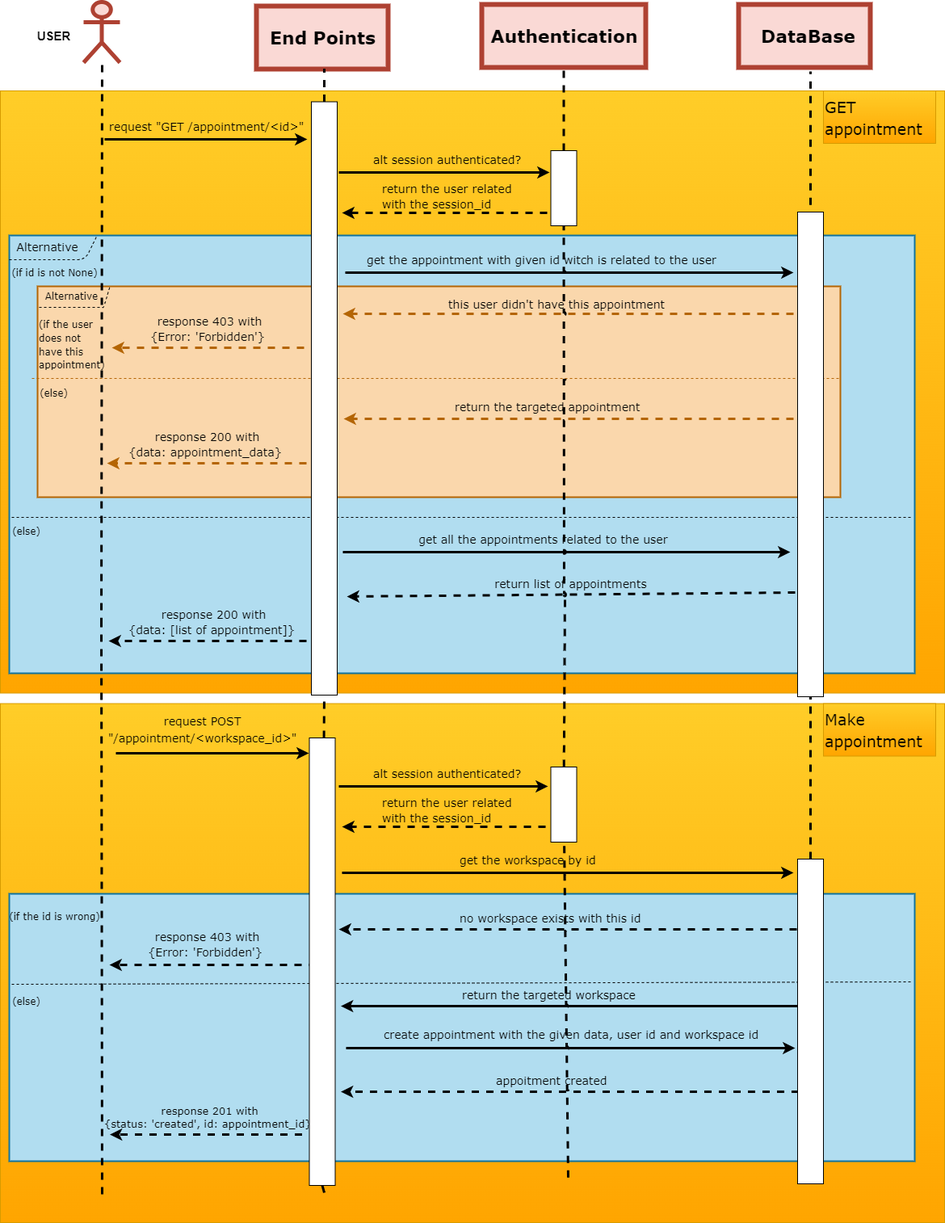
Before: UML/sequence_diagram/Make_Get_appointment.png, a diagram exported from draw.io (Kolapo-code/Booker). Source tidied: cells renumbered, new cells last; positions are measured from the earlier drawing's top-left corner, leaving out a move shared by most shapes.
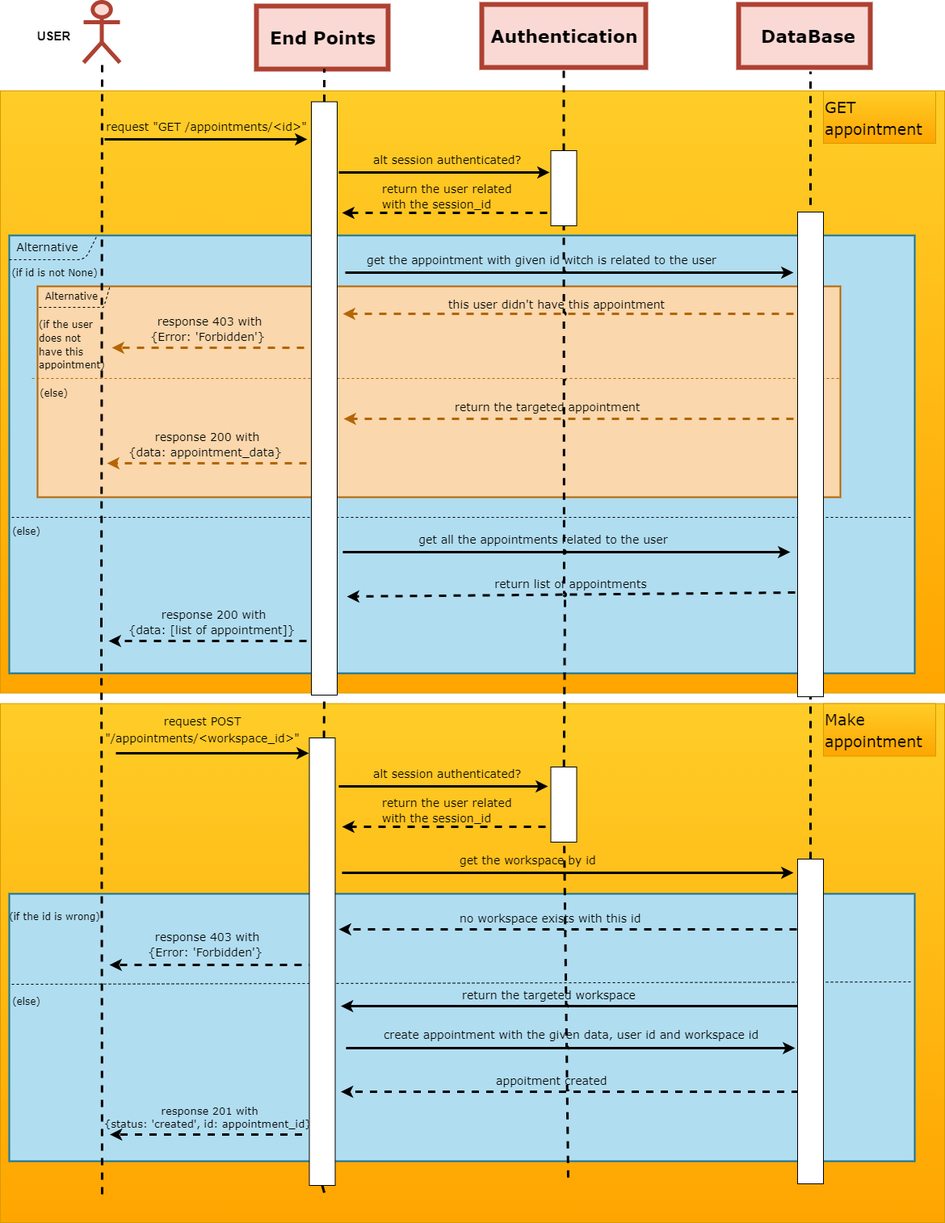
Later version of the same file.

Change to the diagram source:
```diff
@@ -67,8 +67,8 @@
         <mxPoint x="380" y="170" as="targetPoint" />
       </mxGeometry>
     </mxCell>
-    <mxCell id="20" value="&lt;font style=&quot;font-size: 14px;&quot;&gt;request &quot;GET /appointment/&amp;lt;id&amp;gt;&quot;&lt;/font&gt;" style="text;html=1;align=center;verticalAlign=middle;strokeColor=none;fillColor=none;fontSize=22;fontColor=#000000;fontFamily=Verdana;" parent="1" vertex="1">
-      <mxGeometry x="125" y="133" width="259" height="38" as="geometry" />
+    <mxCell id="20" value="&lt;font style=&quot;font-size: 14px;&quot;&gt;request &quot;GET /appointments/&amp;lt;id&amp;gt;&quot;&lt;/font&gt;" style="text;html=1;align=center;verticalAlign=middle;strokeColor=none;fillColor=none;fontSize=22;fontColor=#000000;fontFamily=Verdana;" parent="1" vertex="1">
+      <mxGeometry x="122" y="133" width="266" height="38" as="geometry" />
     </mxCell>
     <mxCell id="21" style="endArrow=classic;html=1;rounded=1;strokeColor=#000000;strokeWidth=3;fontSize=22;fontColor=#000000;jumpStyle=arc;jumpSize=0;" parent="1" edge="1">
       <mxGeometry relative="1" as="geometry">
@@ -223,8 +223,8 @@
         <mxPoint x="382" y="930" as="targetPoint" />
       </mxGeometry>
     </mxCell>
-    <mxCell id="54" value="&lt;p style=&quot;line-height: 80%;&quot;&gt;&lt;font style=&quot;font-size: 14px;&quot;&gt;request POST&lt;br&gt;&quot;/appointment/&amp;lt;workspace_id&amp;gt;&quot;&lt;/font&gt;&lt;/p&gt;" style="text;html=1;align=center;verticalAlign=middle;strokeColor=none;fillColor=none;fontSize=22;fontColor=#000000;fontFamily=Verdana;" parent="1" vertex="1">
-      <mxGeometry x="124" y="850" width="251" height="97" as="geometry" />
+    <mxCell id="54" value="&lt;p style=&quot;line-height: 80%;&quot;&gt;&lt;font style=&quot;font-size: 14px;&quot;&gt;request POST&lt;br&gt;&quot;/appointments/&amp;lt;workspace_id&amp;gt;&quot;&lt;/font&gt;&lt;/p&gt;" style="text;html=1;align=center;verticalAlign=middle;strokeColor=none;fillColor=none;fontSize=22;fontColor=#000000;fontFamily=Verdana;" parent="1" vertex="1">
+      <mxGeometry x="121" y="850" width="258" height="97" as="geometry" />
     </mxCell>
     <mxCell id="55" style="endArrow=classic;html=1;rounded=1;strokeColor=#000000;strokeWidth=3;fontSize=22;fontColor=#000000;jumpStyle=arc;jumpSize=0;" parent="1" edge="1">
       <mxGeometry relative="1" as="geometry">
```
